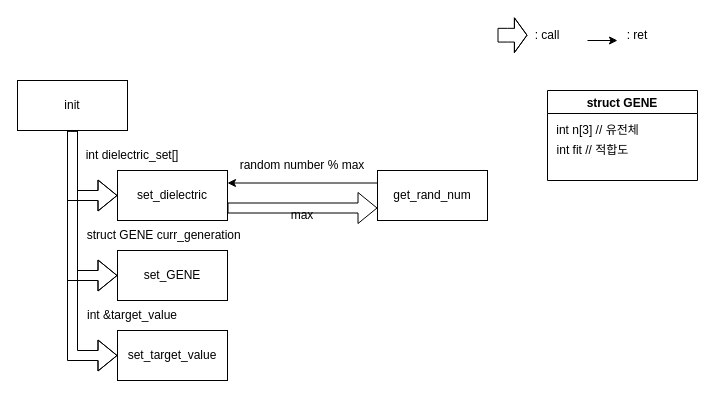
Above: GA/init.drawio in fr0g2s/p (draw.io), before the change. Source tidied: cells renumbered, new cells numbered last; positions are measured from the earlier drawing's top-left corner, leaving out a move shared by most shapes. Both pictures are drawn from the tidied source at 100%, with x=0, y=0 at pixel (17, 20).
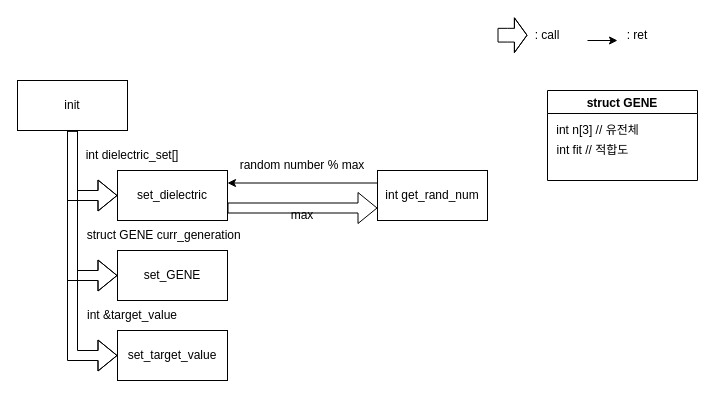
After the change.

Diff of the diagram source:
```diff
@@
-    <mxCell id="12" value="get_rand_num" style="rounded=0;whiteSpace=wrap;html=1;" parent="1" vertex="1">
+    <mxCell id="12" value="int get_rand_num" style="rounded=0;whiteSpace=wrap;html=1;" parent="1" vertex="1">
       <mxGeometry x="360" y="150" width="110" height="50" as="geometry" />
     </mxCell>
```
